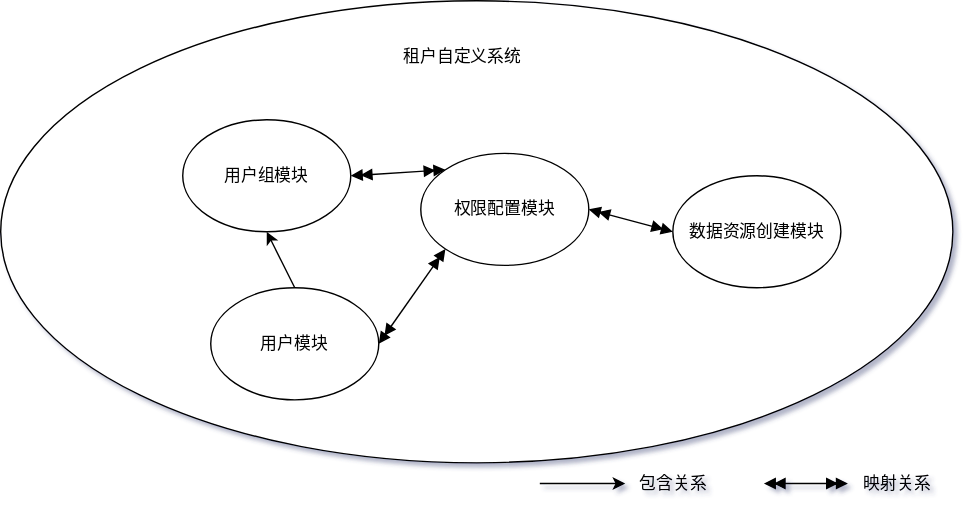
Earlier version of the draw.io export 自定义条件.svg (Zr-2021/draw.io_folder). Source tidied: cells renumbered, new cells last; positions are measured from the earlier drawing's top-left corner, leaving out a move shared by most shapes.
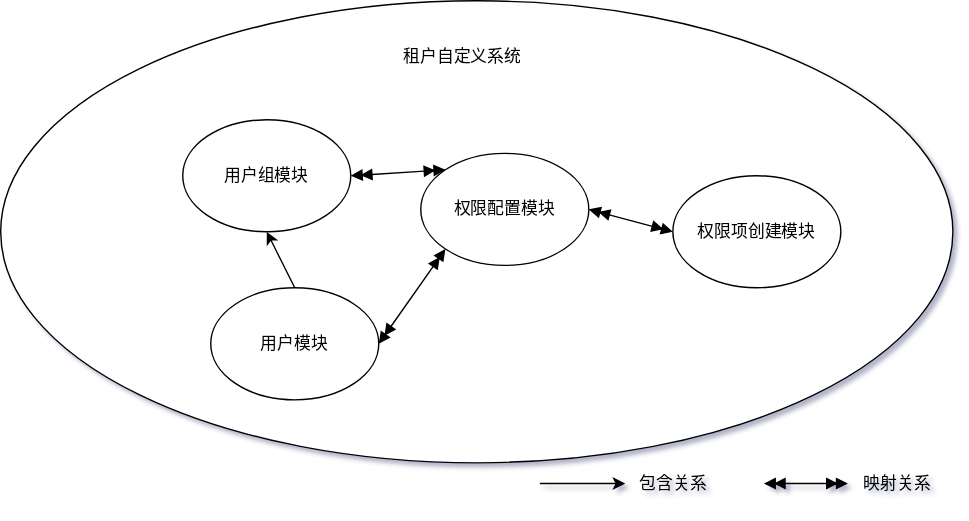
The same diagram one commit later.

Commit message:
更新自定义条件.svg

Change to the diagram source:
```diff
@@ -14,7 +14,7 @@
     <mxCell id="5" value="用户组模块" style="ellipse;whiteSpace=wrap;html=1;" parent="1" vertex="1">
       <mxGeometry x="130" y="85" width="120" height="80" as="geometry" />
     </mxCell>
-    <mxCell id="6" value="数据资源创建模块" style="ellipse;whiteSpace=wrap;html=1;" parent="1" vertex="1">
+    <mxCell id="6" value="权限项创建模块" style="ellipse;whiteSpace=wrap;html=1;" parent="1" vertex="1">
       <mxGeometry x="480" y="125" width="120" height="80" as="geometry" />
     </mxCell>
     <mxCell id="7" value="权限配置模块" style="ellipse;whiteSpace=wrap;html=1;" parent="1" vertex="1">
```
